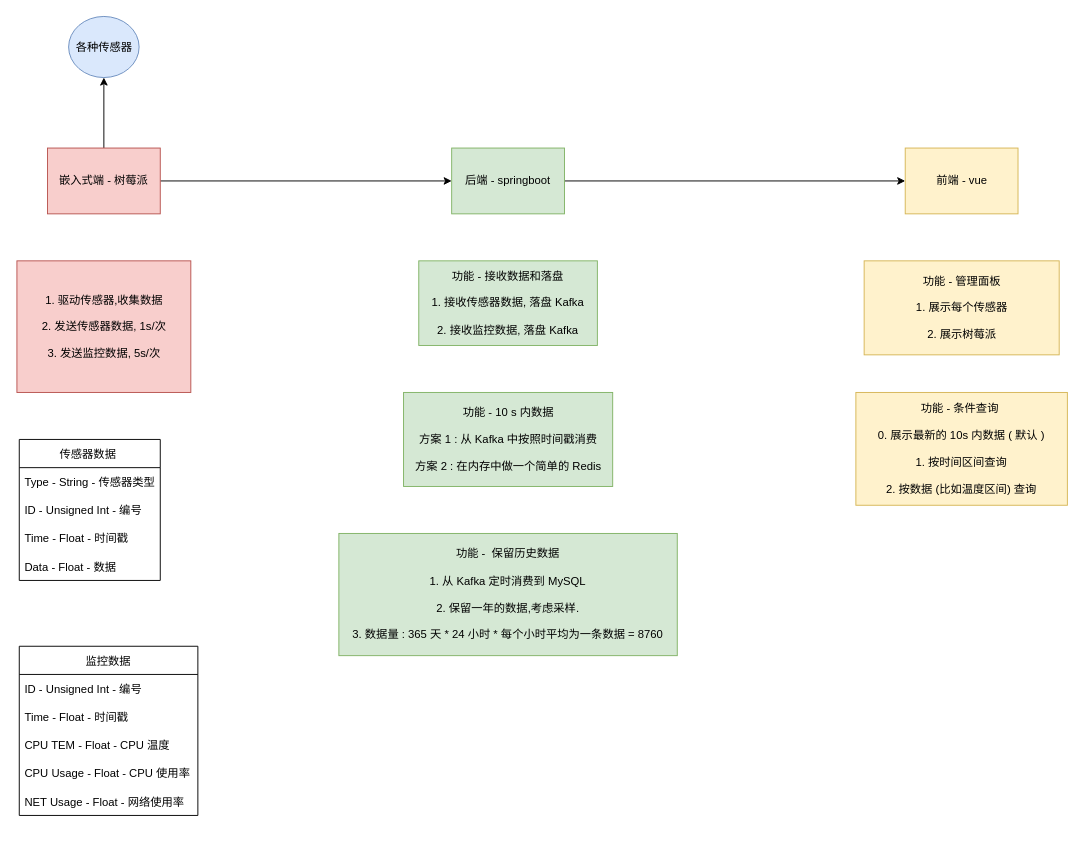
This is System-Design.drawio from LiteHome/Raspberry-Home-Backend, a draw.io file, before an edit. Source tidied: cells renumbered, new cells numbered last; positions are measured from the earlier drawing's top-left corner, leaving out a move shared by most shapes. Both pictures are drawn from the tidied source at 94%, with x=0, y=0 at pixel (17, 16).
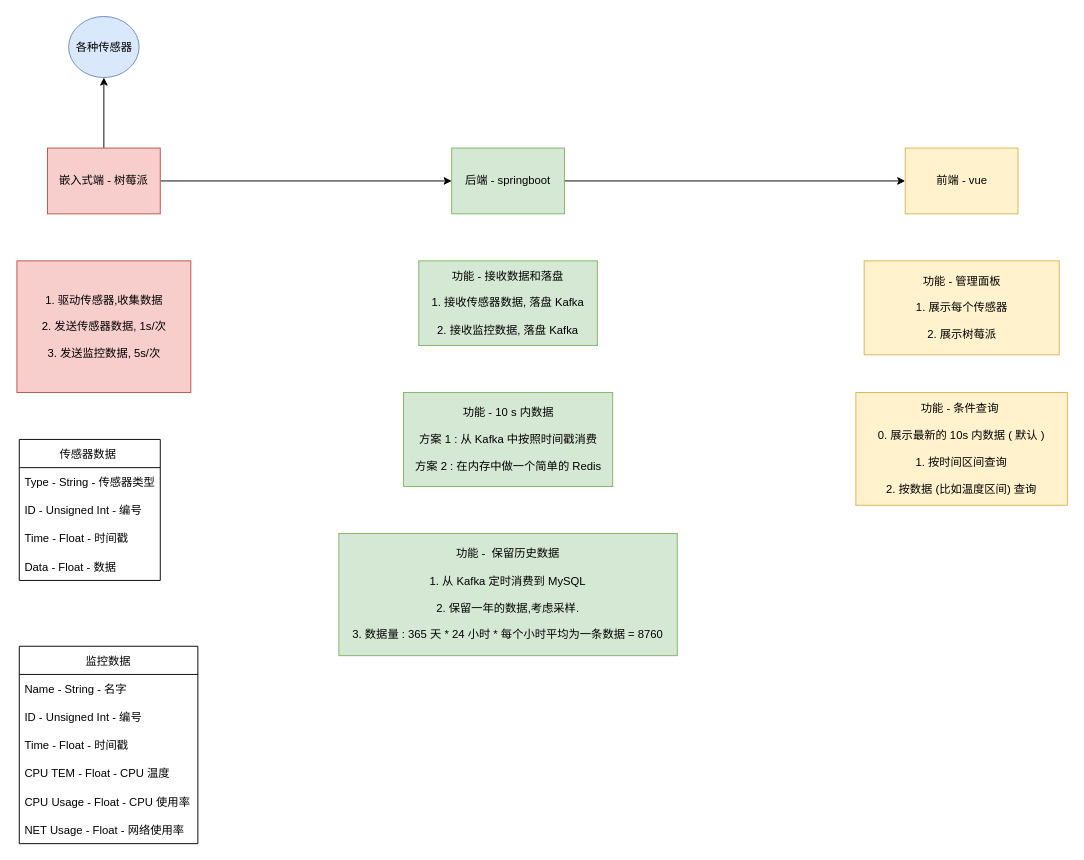
After the change.

Diff of the diagram source:
```diff
@@
     <mxCell id="20" value="监控数据" style="swimlane;fontStyle=0;horizontal=1;startSize=30;" parent="1" vertex="1">
-      <mxGeometry x="2" y="670" width="190" height="180" as="geometry" />
+      <mxGeometry x="2" y="670" width="190" height="210" as="geometry" />
     </mxCell>
+    <mxCell id="26" value="Name - String - 名字" style="text;strokeColor=none;fillColor=none;align=left;verticalAlign=middle;spacingLeft=4;spacingRight=4;overflow=hidden;" parent="20" vertex="1">
+      <mxGeometry y="30" width="190" height="30" as="geometry" />
+    </mxCell>
     <mxCell id="21" value="ID - Unsigned Int - 编号" style="text;strokeColor=none;fillColor=none;align=left;verticalAlign=middle;spacingLeft=4;spacingRight=4;overflow=hidden;" parent="20" vertex="1">
-      <mxGeometry y="30" width="190" height="30" as="geometry" />
+      <mxGeometry y="60" width="190" height="30" as="geometry" />
     </mxCell>
     <mxCell id="22" value="Time - Float - 时间戳" style="text;strokeColor=none;fillColor=none;align=left;verticalAlign=middle;spacingLeft=4;spacingRight=4;overflow=hidden;" parent="20" vertex="1">
-      <mxGeometry y="60" width="190" height="30" as="geometry" />
+      <mxGeometry y="90" width="190" height="30" as="geometry" />
     </mxCell>
     <mxCell id="23" value="CPU TEM - Float - CPU 温度" style="text;strokeColor=none;fillColor=none;align=left;verticalAlign=middle;spacingLeft=4;spacingRight=4;overflow=hidden;" parent="20" vertex="1">
-      <mxGeometry y="90" width="190" height="30" as="geometry" />
+      <mxGeometry y="120" width="190" height="30" as="geometry" />
     </mxCell>
     <mxCell id="24" value="CPU Usage - Float - CPU 使用率" style="text;strokeColor=none;fillColor=none;align=left;verticalAlign=middle;spacingLeft=4;spacingRight=4;overflow=hidden;" parent="20" vertex="1">
-      <mxGeometry y="120" width="190" height="30" as="geometry" />
+      <mxGeometry y="150" width="190" height="30" as="geometry" />
     </mxCell>
     <mxCell id="25" value="NET Usage - Float - 网络使用率" style="text;strokeColor=none;fillColor=none;align=left;verticalAlign=middle;spacingLeft=4;spacingRight=4;overflow=hidden;" parent="20" vertex="1">
-      <mxGeometry y="150" width="190" height="30" as="geometry" />
+      <mxGeometry y="180" width="190" height="30" as="geometry" />
     </mxCell>
```
